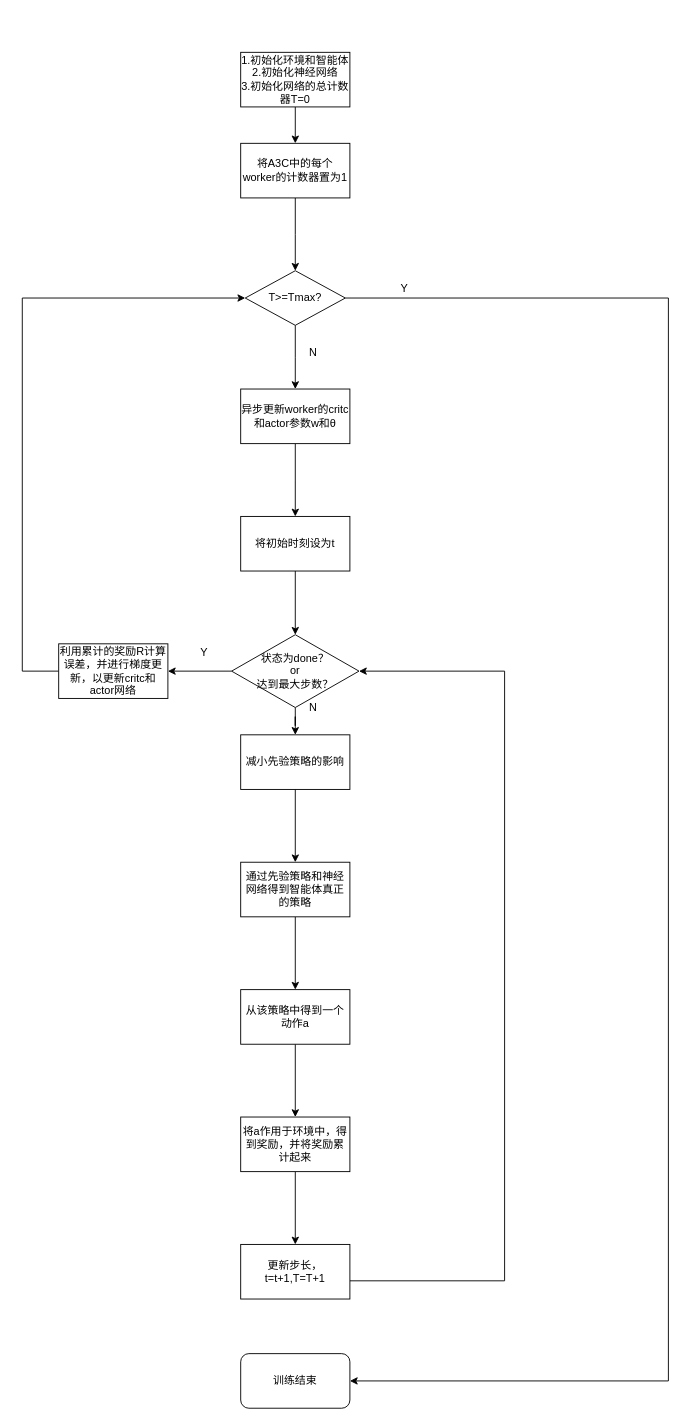
Above: LwH/流程.drawio in PtCu/RL (draw.io), before the change. Source tidied: cells renumbered, new cells numbered last; positions are measured from the earlier drawing's top-left corner, leaving out a move shared by most shapes. Both pictures are drawn from the tidied source at 91%, with x=0, y=0 at pixel (22, 52).
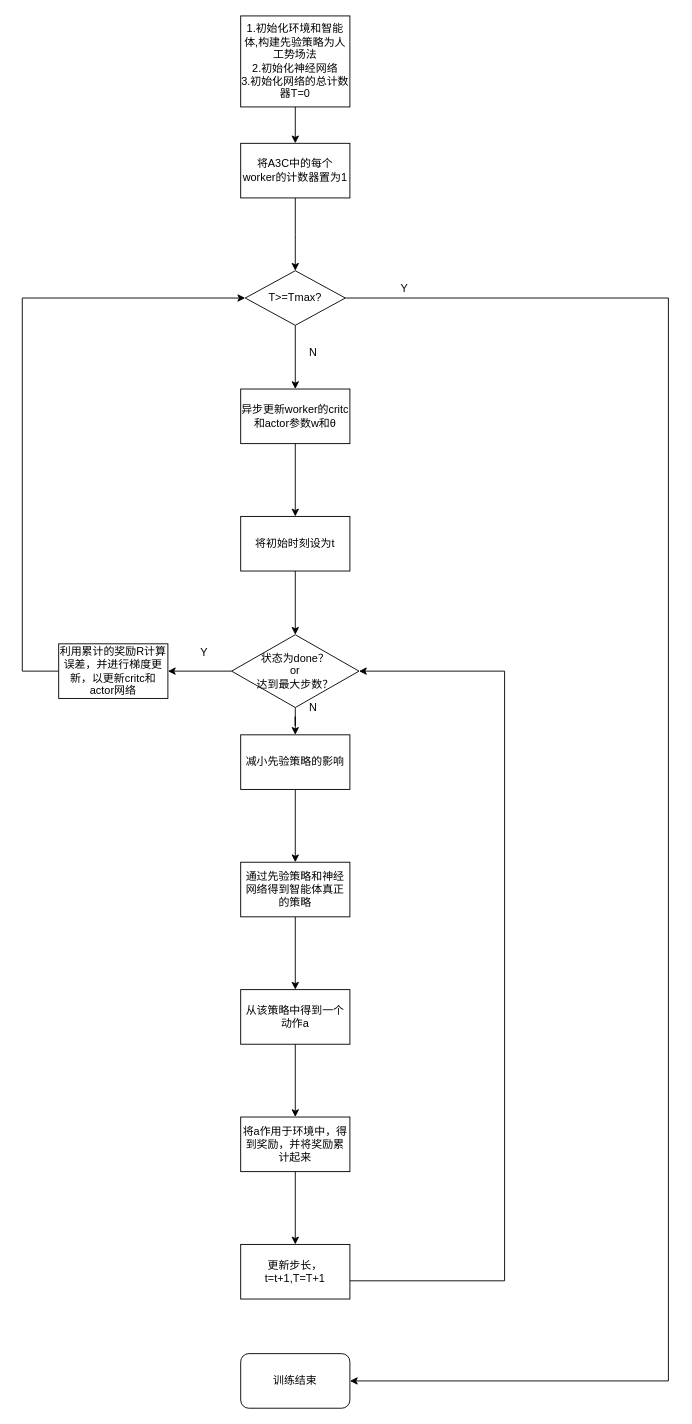
After the change.

The edit, as a diff of the source:
```diff
@@
-    <mxCell id="3" value="1.初始化环境和智能体&lt;br&gt;2.初始化神经网络&lt;br&gt;3.初始化网络的总计数器T=0" style="rounded=0;whiteSpace=wrap;html=1;" parent="1" vertex="1">
-      <mxGeometry x="240" width="120" height="60" as="geometry" />
+    <mxCell id="3" value="1.初始化环境和智能体,构建先验策略为人工势场法&lt;br&gt;2.初始化神经网络&lt;br&gt;3.初始化网络的总计数器T=0" style="rounded=0;whiteSpace=wrap;html=1;" parent="1" vertex="1">
+      <mxGeometry x="240" y="-40" width="120" height="100" as="geometry" />
     </mxCell>
```
